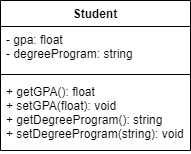
The draw.io diagram 4 Design Principles/Encapsulation Class Diagram.png in smitbmx/Architecture-Diagrams, before a commit. Source tidied: cells renumbered, new cells last; positions are measured from the earlier drawing's top-left corner, leaving out a move shared by most shapes. Its diagram source:
```xml
<mxGraphModel>
  <root>
    <mxCell id="0" />
    <mxCell id="1" parent="0" />
    <mxCell id="2" value="Student" style="swimlane;fontStyle=1;align=center;verticalAlign=top;horizontal=1;startSize=26;" parent="1" vertex="1">
      <mxGeometry width="190" height="150" as="geometry" />
    </mxCell>
    <mxCell id="3" value="- gpa: float&#10;- degreeProgram: string" style="text;strokeColor=none;fillColor=none;align=left;verticalAlign=top;spacingLeft=4;spacingRight=4;overflow=hidden;" parent="2" vertex="1">
      <mxGeometry y="26" width="190" height="44" as="geometry" />
    </mxCell>
    <mxCell id="4" style="line;strokeWidth=1;fillColor=none;align=left;verticalAlign=middle;spacingTop=-1;spacingLeft=3;spacingRight=3;labelPosition=right;" parent="2" vertex="1">
      <mxGeometry y="70" width="190" height="8" as="geometry" />
    </mxCell>
    <mxCell id="5" value="+ getGPA(): float&#10;+ setGPA(float): void&#10;+ getDegreeProgram(): string&#10;+ setDegreeProgram(string): void" style="text;strokeColor=none;fillColor=none;align=left;verticalAlign=top;spacingLeft=4;spacingRight=4;overflow=hidden;" parent="2" vertex="1">
      <mxGeometry y="78" width="190" height="72" as="geometry" />
    </mxCell>
  </root>
</mxGraphModel>
```
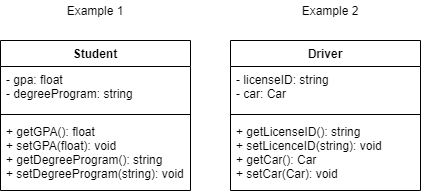
Later version of the same file.

The edit, as a diff of the source:
```diff
@@ -14,5 +14,23 @@
     <mxCell id="5" value="+ getGPA(): float&#10;+ setGPA(float): void&#10;+ getDegreeProgram(): string&#10;+ setDegreeProgram(string): void" style="text;strokeColor=none;fillColor=none;align=left;verticalAlign=top;spacingLeft=4;spacingRight=4;overflow=hidden;" parent="2" vertex="1">
       <mxGeometry y="78" width="190" height="72" as="geometry" />
     </mxCell>
+    <mxCell id="6" value="Driver" style="swimlane;fontStyle=1;align=center;verticalAlign=top;horizontal=1;startSize=26;" parent="1" vertex="1">
+      <mxGeometry x="230" width="190" height="150" as="geometry" />
+    </mxCell>
+    <mxCell id="7" value="- licenseID: string&#10;- car: Car" style="text;strokeColor=none;fillColor=none;align=left;verticalAlign=top;spacingLeft=4;spacingRight=4;overflow=hidden;" parent="6" vertex="1">
+      <mxGeometry y="26" width="190" height="44" as="geometry" />
+    </mxCell>
+    <mxCell id="8" style="line;strokeWidth=1;fillColor=none;align=left;verticalAlign=middle;spacingTop=-1;spacingLeft=3;spacingRight=3;labelPosition=right;" parent="6" vertex="1">
+      <mxGeometry y="70" width="190" height="8" as="geometry" />
+    </mxCell>
+    <mxCell id="9" value="+ getLicenseID(): string&#10;+ setLicenceID(string): void&#10;+ getCar(): Car&#10;+ setCar(Car): void" style="text;strokeColor=none;fillColor=none;align=left;verticalAlign=top;spacingLeft=4;spacingRight=4;overflow=hidden;" parent="6" vertex="1">
+      <mxGeometry y="78" width="190" height="72" as="geometry" />
+    </mxCell>
+    <mxCell id="10" value="Example 1" style="text;html=1;strokeColor=none;fillColor=none;align=center;verticalAlign=middle;whiteSpace=wrap;rounded=0;" parent="1" vertex="1">
+      <mxGeometry x="65" y="-40" width="60" height="20" as="geometry" />
+    </mxCell>
+    <mxCell id="11" value="Example 2" style="text;html=1;strokeColor=none;fillColor=none;align=center;verticalAlign=middle;whiteSpace=wrap;rounded=0;" parent="1" vertex="1">
+      <mxGeometry x="300" y="-40" width="60" height="20" as="geometry" />
+    </mxCell>
   </root>
 </mxGraphModel>
```
